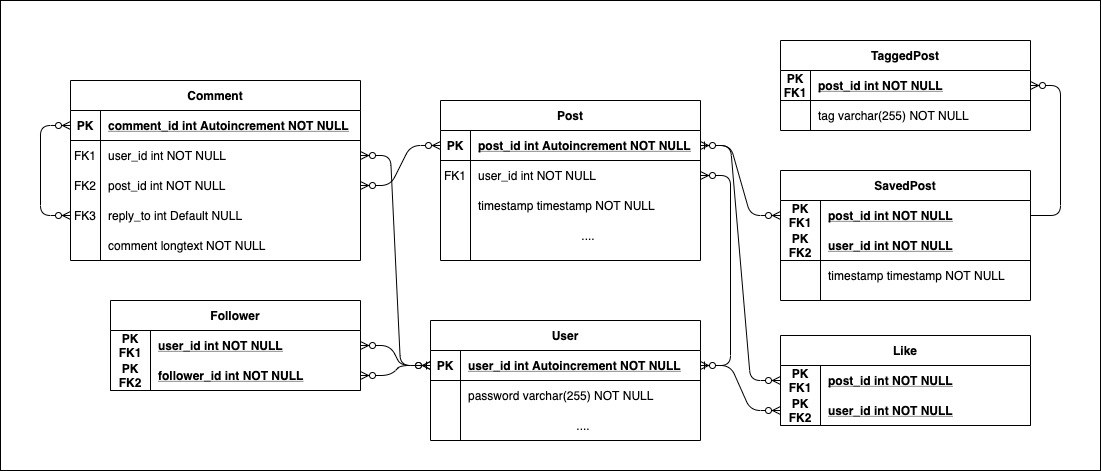
The draw.io diagram media/SnapFork-ER.png in fullstacktf/recetas-backend, before a commit. Source tidied: cells renumbered, new cells last; positions are measured from the earlier drawing's top-left corner, leaving out a move shared by most shapes.
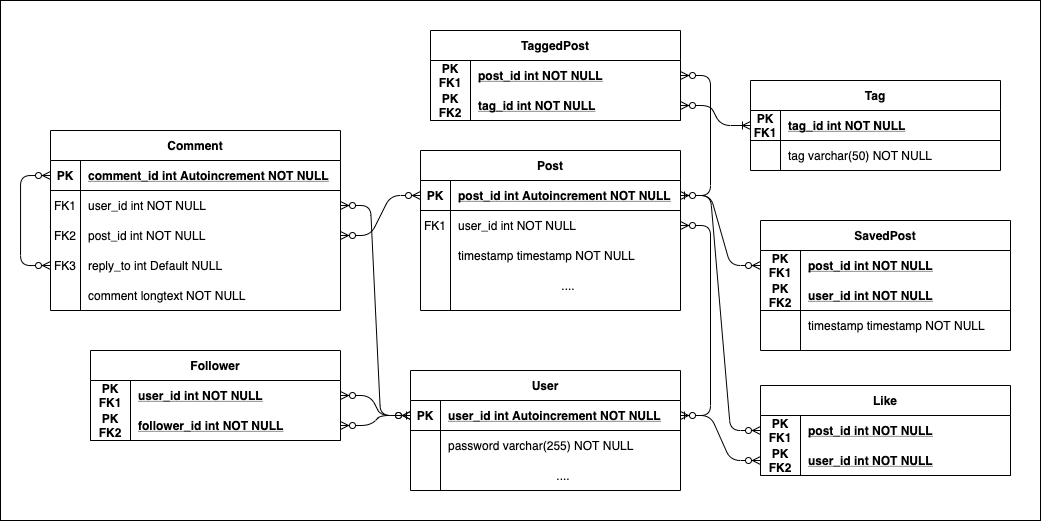
The same file after the commit.

Commit message:
FIX: edited ER diagram with tags table

Diff of the diagram source:
```diff
@@ -2,6 +2,9 @@
   <root>
     <mxCell id="0" />
     <mxCell id="1" parent="0" />
+    <mxCell id="84" style="rounded=0;whiteSpace=wrap;html=1;fillColor=none;align=center;" parent="1" vertex="1">
+      <mxGeometry x="20" y="-50" width="1040" height="520" as="geometry" />
+    </mxCell>
     <mxCell id="2" style="edgeStyle=entityRelationEdgeStyle;endArrow=ERzeroToMany;startArrow=ERone;endFill=1;startFill=0;" parent="1" edge="1" source="18" target="8">
       <mxGeometry relative="1" as="geometry" />
     </mxCell>
@@ -80,28 +83,7 @@
     <mxCell id="27" style="shape=partialRectangle;overflow=hidden;fillColor=none;top=0;left=0;bottom=0;right=0;" parent="1" vertex="1">
       <mxGeometry x="110" y="80" width="30" height="30" as="geometry" />
     </mxCell>
-    <mxCell id="28" value="TaggedPost" style="shape=table;startSize=30;rowLines=0;fontStyle=1;align=center;" parent="1" vertex="1">
-      <mxGeometry x="780" y="40" width="250" height="90" as="geometry" />
-    </mxCell>
-    <mxCell id="29" style="shape=partialRectangle;fillColor=none;points=[[0,0.5],[1,0.5]];portConstraint=eastwest;top=0;left=0;right=0;bottom=1;" parent="28" vertex="1">
-      <mxGeometry y="30" width="250" height="30" as="geometry" />
-    </mxCell>
-    <mxCell id="30" value="PK&#10;FK1" style="shape=partialRectangle;overflow=hidden;fillColor=none;top=0;left=0;bottom=0;right=0;fontStyle=1;" parent="29" vertex="1">
-      <mxGeometry width="30" height="30" as="geometry" />
-    </mxCell>
-    <mxCell id="31" value="post_id int NOT NULL " style="shape=partialRectangle;overflow=hidden;fillColor=none;top=0;left=0;bottom=0;right=0;align=left;spacingLeft=6;fontStyle=5;" parent="29" vertex="1">
-      <mxGeometry x="30" width="220" height="30" as="geometry" />
-    </mxCell>
-    <mxCell id="32" style="shape=partialRectangle;fillColor=none;top=0;left=0;right=0;bottom=0;" parent="28" vertex="1">
-      <mxGeometry y="60" width="250" height="30" as="geometry" />
-    </mxCell>
-    <mxCell id="33" style="shape=partialRectangle;overflow=hidden;fillColor=none;top=0;left=0;bottom=0;right=0;fontStyle=1;" parent="32" vertex="1">
-      <mxGeometry width="30" height="30" as="geometry" />
-    </mxCell>
-    <mxCell id="34" value="tag varchar(255) NOT NULL" style="shape=partialRectangle;overflow=hidden;fillColor=none;top=0;left=0;bottom=0;right=0;align=left;spacingLeft=6;fontStyle=0;" parent="32" vertex="1">
-      <mxGeometry x="30" width="220" height="30" as="geometry" />
-    </mxCell>
-    <mxCell id="35" style="edgeStyle=entityRelationEdgeStyle;fontSize=12;html=1;endArrow=ERzeroToMany;endFill=1;exitX=1;exitY=0.5;exitDx=0;exitDy=0;entryX=1;entryY=0.5;entryDx=0;entryDy=0;" parent="1" edge="1" source="44" target="29">
+    <mxCell id="35" style="edgeStyle=entityRelationEdgeStyle;fontSize=12;html=1;endArrow=ERzeroToMany;endFill=1;exitX=1;exitY=0.5;exitDx=0;exitDy=0;entryX=1;entryY=0.5;entryDx=0;entryDy=0;" parent="1" edge="1" source="5" target="89">
       <mxGeometry relative="1" as="geometry" />
     </mxCell>
     <mxCell id="36" value="Follower" style="shape=table;startSize=30;rowLines=0;fontStyle=1;align=center;" parent="1" vertex="1">
@@ -250,8 +232,50 @@
     <mxCell id="82" style="fontSize=12;html=1;endArrow=ERzeroToMany;endFill=1;startArrow=ERzeroToMany;entryX=1;entryY=0.5;entryDx=0;entryDy=0;exitX=0;exitY=0.5;exitDx=0;exitDy=0;edgeStyle=entityRelationEdgeStyle;" parent="1" edge="1" source="78" target="18">
       <mxGeometry relative="1" as="geometry" />
     </mxCell>
-    <mxCell id="83" style="rounded=0;whiteSpace=wrap;html=1;align=center;fillColor=none;" parent="1" vertex="1">
-      <mxGeometry width="1100" height="470" as="geometry" />
-    </mxCell>
+    <mxCell id="85" value="Tag" style="shape=table;startSize=30;rowLines=0;fontStyle=1;align=center;" parent="1" vertex="1">
+      <mxGeometry x="770" y="30" width="250" height="90" as="geometry" />
+    </mxCell>
+    <mxCell id="29" style="shape=partialRectangle;fillColor=none;points=[[0,0.5],[1,0.5]];portConstraint=eastwest;top=0;left=0;right=0;bottom=1;" parent="85" vertex="1">
+      <mxGeometry y="30" width="250" height="30" as="geometry" />
+    </mxCell>
+    <mxCell id="30" value="PK&#10;FK1" style="shape=partialRectangle;overflow=hidden;fillColor=none;top=0;left=0;bottom=0;right=0;fontStyle=1;" parent="29" vertex="1">
+      <mxGeometry width="30" height="30" as="geometry" />
+    </mxCell>
+    <mxCell id="86" value="tag_id int NOT NULL " style="shape=partialRectangle;overflow=hidden;fillColor=none;top=0;left=0;bottom=0;right=0;align=left;spacingLeft=6;fontStyle=5;" parent="29" vertex="1">
+      <mxGeometry x="30" width="220" height="30" as="geometry" />
+    </mxCell>
+    <mxCell id="32" style="shape=partialRectangle;fillColor=none;top=0;left=0;right=0;bottom=0;" parent="85" vertex="1">
+      <mxGeometry y="60" width="250" height="30" as="geometry" />
+    </mxCell>
+    <mxCell id="33" style="shape=partialRectangle;overflow=hidden;fillColor=none;top=0;left=0;bottom=0;right=0;fontStyle=1;" parent="32" vertex="1">
+      <mxGeometry width="30" height="30" as="geometry" />
+    </mxCell>
+    <mxCell id="87" value="tag varchar(50) NOT NULL" style="shape=partialRectangle;overflow=hidden;fillColor=none;top=0;left=0;bottom=0;right=0;align=left;spacingLeft=6;fontStyle=0;" parent="32" vertex="1">
+      <mxGeometry x="30" width="220" height="30" as="geometry" />
+    </mxCell>
+    <mxCell id="88" style="edgeStyle=entityRelationEdgeStyle;fontSize=12;html=1;endArrow=ERzeroToMany;endFill=1;exitX=0;exitY=0.5;exitDx=0;exitDy=0;entryX=1;entryY=0.5;entryDx=0;entryDy=0;startArrow=ERoneToMany;startFill=0;" parent="1" edge="1" source="29" target="91">
+      <mxGeometry relative="1" as="geometry" />
+    </mxCell>
+    <mxCell id="28" value="TaggedPost" style="shape=table;startSize=30;rowLines=0;fontStyle=1;align=center;" parent="1" vertex="1">
+      <mxGeometry x="450" y="-20" width="250" height="90" as="geometry" />
+    </mxCell>
+    <mxCell id="89" style="shape=partialRectangle;fillColor=none;top=0;left=0;bottom=0;right=0;points=[[0,0.5],[1,0.5]];portConstraint=eastwest;" parent="28" vertex="1">
+      <mxGeometry y="30" width="250" height="30" as="geometry" />
+    </mxCell>
+    <mxCell id="90" value="PK&#10;FK1" style="shape=partialRectangle;fillColor=none;top=0;left=0;bottom=0;right=0;fontStyle=1;overflow=hidden;" parent="89" vertex="1">
+      <mxGeometry width="40" height="30" as="geometry" />
+    </mxCell>
+    <mxCell id="31" value="post_id int NOT NULL" style="shape=partialRectangle;fillColor=none;top=0;left=0;bottom=0;right=0;align=left;spacingLeft=6;fontStyle=5;overflow=hidden;" parent="89" vertex="1">
+      <mxGeometry x="40" width="210" height="30" as="geometry" />
+    </mxCell>
+    <mxCell id="91" style="shape=partialRectangle;fillColor=none;top=0;left=0;bottom=1;right=0;points=[[0,0.5],[1,0.5]];portConstraint=eastwest;" parent="28" vertex="1">
+      <mxGeometry y="60" width="250" height="30" as="geometry" />
+    </mxCell>
+    <mxCell id="92" value="PK&#10;FK2" style="shape=partialRectangle;fillColor=none;top=0;left=0;bottom=0;right=0;fontStyle=1;overflow=hidden;" parent="91" vertex="1">
+      <mxGeometry width="40" height="30" as="geometry" />
+    </mxCell>
+    <mxCell id="93" value="tag_id int NOT NULL" style="shape=partialRectangle;fillColor=none;top=0;left=0;bottom=0;right=0;align=left;spacingLeft=6;fontStyle=5;overflow=hidden;" parent="91" vertex="1">
+      <mxGeometry x="40" width="210" height="30" as="geometry" />
+    </mxCell>
   </root>
 </mxGraphModel>
```
